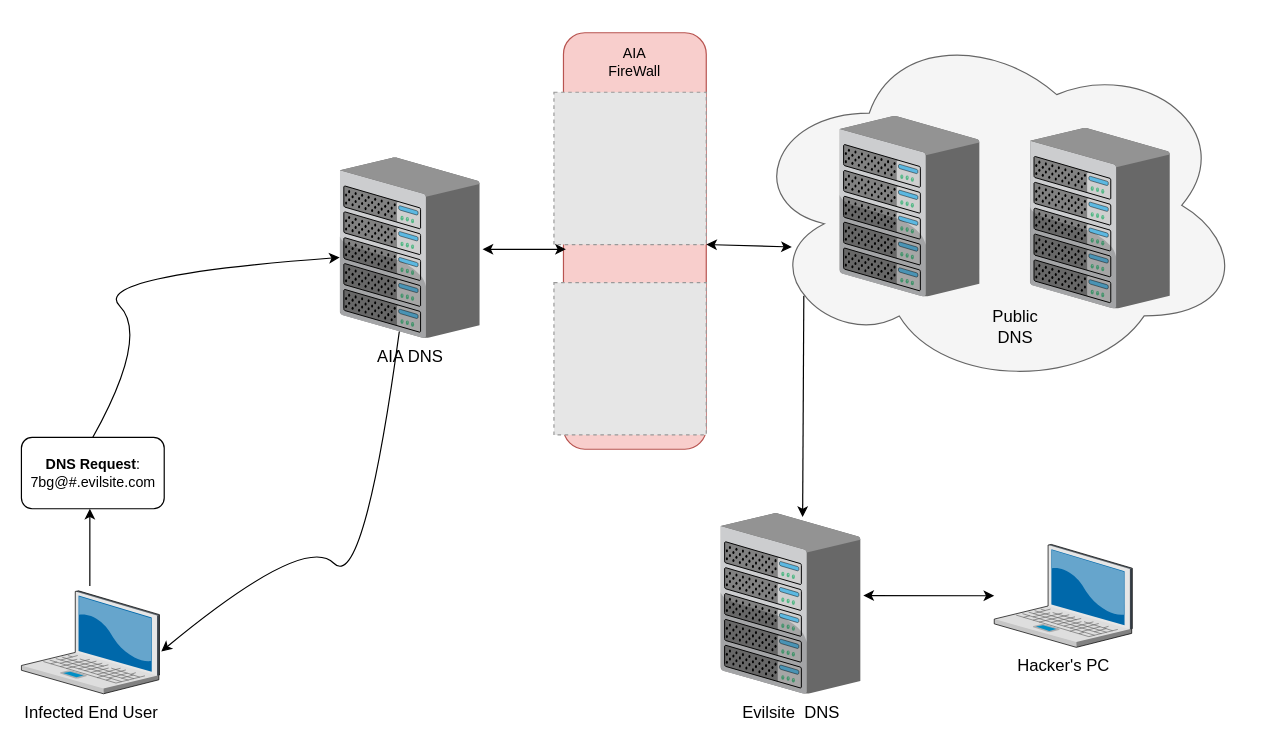
Earlier version of the draw.io diagram Untitled Diagram.drawio (haziqfaiz-mmu/aia-assignment). Source tidied: cells renumbered, new cells numbered last; positions are measured from the earlier drawing's top-left corner, leaving out a move shared by most shapes. Both pictures are drawn from the tidied source at 119%, with x=0, y=0 at pixel (20, 20). Pictures stored in the file or linked from it are replaced by grey dashed boxes.
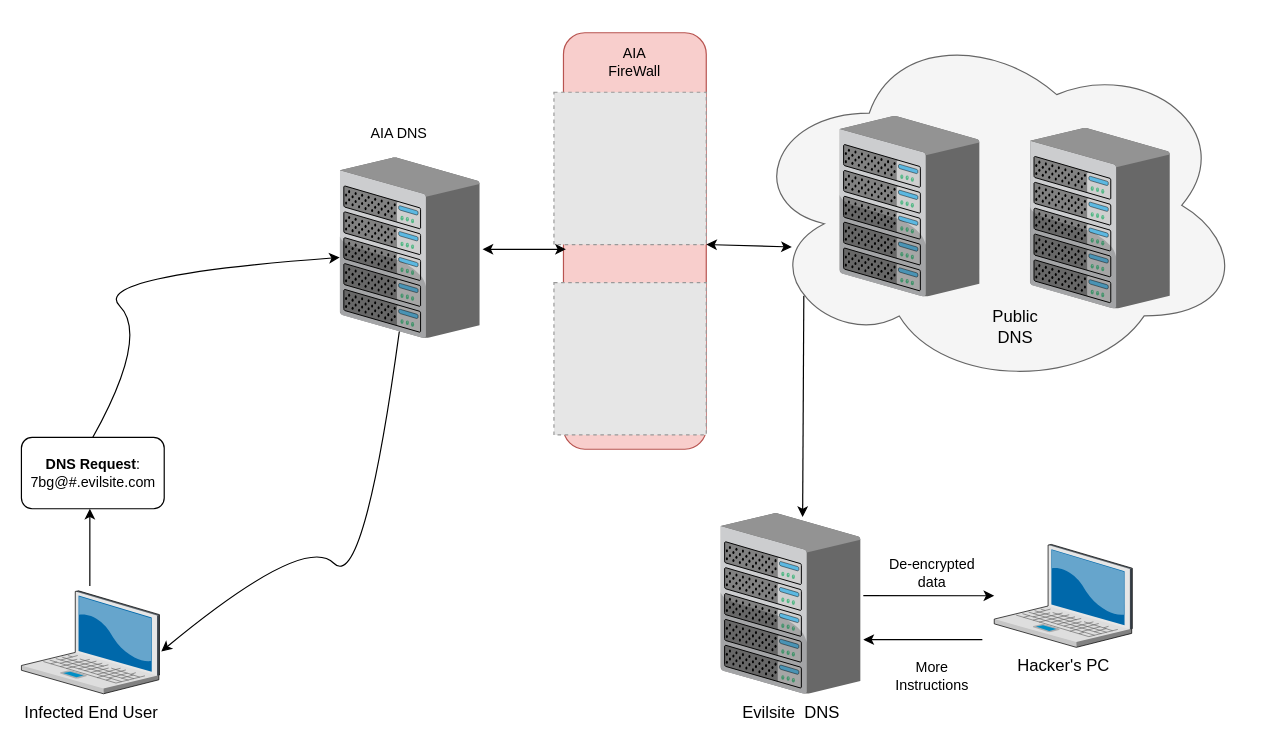
The same page after the edit.

The change refers to these unchanged cells:
```xml
<mxCell id="16" value="Evilsite&amp;nbsp; DNS" style="verticalLabelPosition=bottom;html=1;verticalAlign=top;strokeColor=none;shape=mxgraph.citrix.chassis;fillColor=#66B2FF;gradientColor=#0066CC;fontSize=14;" parent="1" vertex="1">
  <mxGeometry x="588" y="413.8" width="117.5" height="151.7" as="geometry" />
</mxCell>
<mxCell id="21" value="Hacker's PC" style="verticalLabelPosition=bottom;html=1;verticalAlign=top;strokeColor=none;shape=mxgraph.citrix.laptop_2;fillColor=#66B2FF;gradientColor=#0066CC;fontSize=14;" parent="1" vertex="1">
  <mxGeometry x="818" y="440" width="116" height="86.5" as="geometry" />
</mxCell>
```

What changed in the source:
```diff
@@
-    <mxCell id="3" value="AIA DNS" style="verticalLabelPosition=bottom;html=1;verticalAlign=top;strokeColor=none;shape=mxgraph.citrix.chassis;fillColor=#66B2FF;gradientColor=#0066CC;fontSize=14;" parent="1" vertex="1">
+    <mxCell id="3" style="verticalLabelPosition=bottom;html=1;verticalAlign=top;strokeColor=none;shape=mxgraph.citrix.chassis;fillColor=#66B2FF;gradientColor=#0066CC;fontSize=14;" parent="1" vertex="1">
       <mxGeometry x="268" y="114.8" width="117.5" height="151.7" as="geometry" />
     </mxCell>
@@
-    <mxCell id="22" style="endArrow=classic;startArrow=classic;html=1;rounded=0;exitX=1.021;exitY=0.456;exitDx=0;exitDy=0;exitPerimeter=0;" parent="1" edge="1" source="16" target="21">
+    <mxCell id="22" style="endArrow=classic;startArrow=none;html=1;rounded=0;exitX=1.021;exitY=0.456;exitDx=0;exitDy=0;exitPerimeter=0;startFill=0;" parent="1" edge="1" source="16" target="21">
       <mxGeometry relative="1" as="geometry" />
     </mxCell>
+    <mxCell id="23" value="AIA DNS" style="text;html=1;strokeColor=none;fillColor=none;align=center;verticalAlign=middle;whiteSpace=wrap;rounded=0;" parent="1" vertex="1">
+      <mxGeometry x="288" y="80" width="60" height="30" as="geometry" />
+    </mxCell>
+    <mxCell id="24" value="De-encrypted data" style="text;html=1;strokeColor=none;fillColor=none;align=center;verticalAlign=middle;whiteSpace=wrap;rounded=0;" parent="1" vertex="1">
+      <mxGeometry x="725.5" y="449" width="80" height="30" as="geometry" />
+    </mxCell>
+    <mxCell id="25" value="More Instructions" style="text;html=1;strokeColor=none;fillColor=none;align=center;verticalAlign=middle;whiteSpace=wrap;rounded=0;" parent="1" vertex="1">
+      <mxGeometry x="725.5" y="535.5" width="80" height="30" as="geometry" />
+    </mxCell>
+    <mxCell id="26" style="endArrow=classic;html=1;rounded=0;" parent="1" edge="1">
+      <mxGeometry relative="1" as="geometry">
+        <mxPoint x="808" y="520" as="sourcePoint" />
+        <mxPoint x="708" y="520" as="targetPoint" />
+      </mxGeometry>
+    </mxCell>
```
